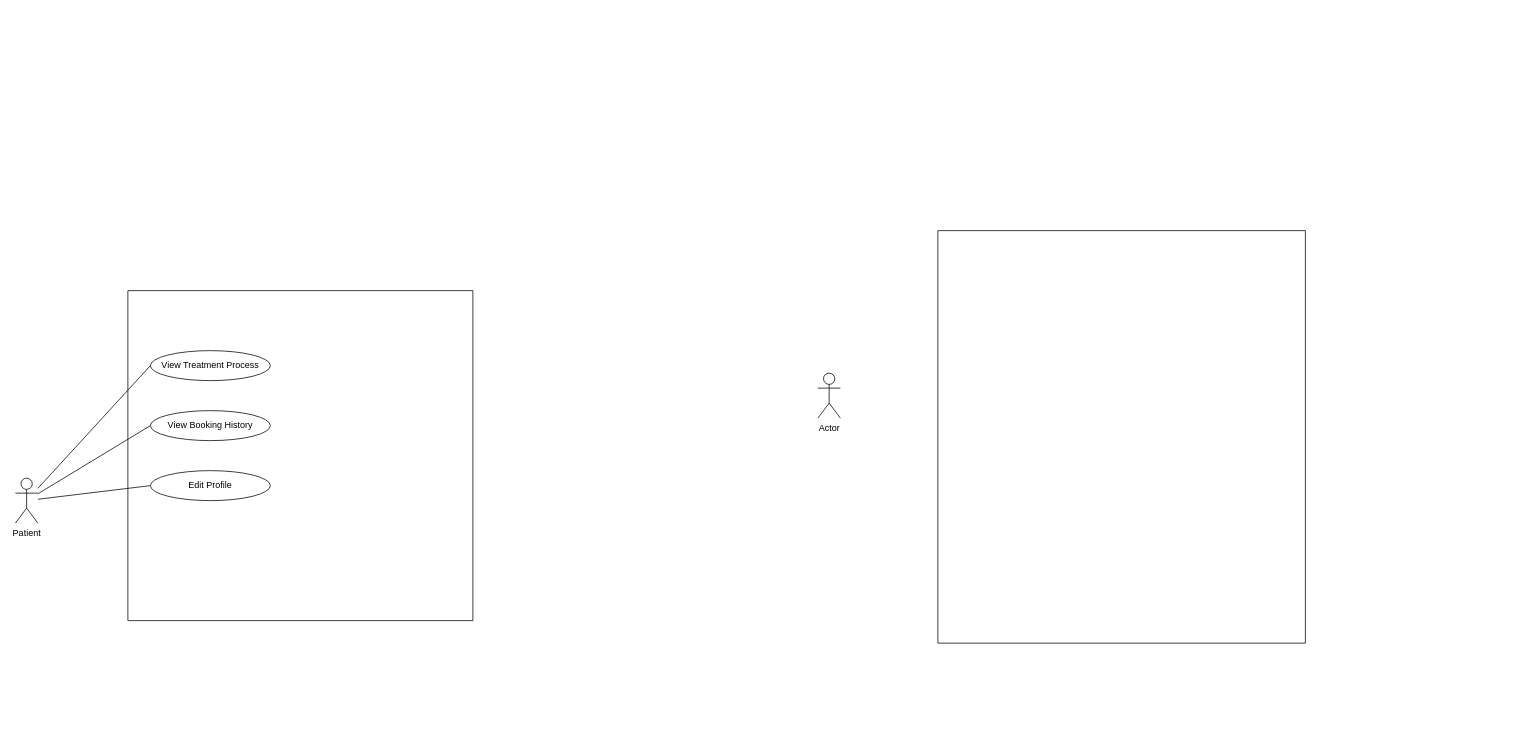
Earlier version of the draw.io diagram patient.drawio (oggyne259/hehe). Source tidied: cells renumbered, new cells numbered last; positions are measured from the earlier drawing's top-left corner, leaving out a move shared by most shapes. Both pictures are drawn from the tidied source at 75%, with x=0, y=0 at pixel (15, 230).
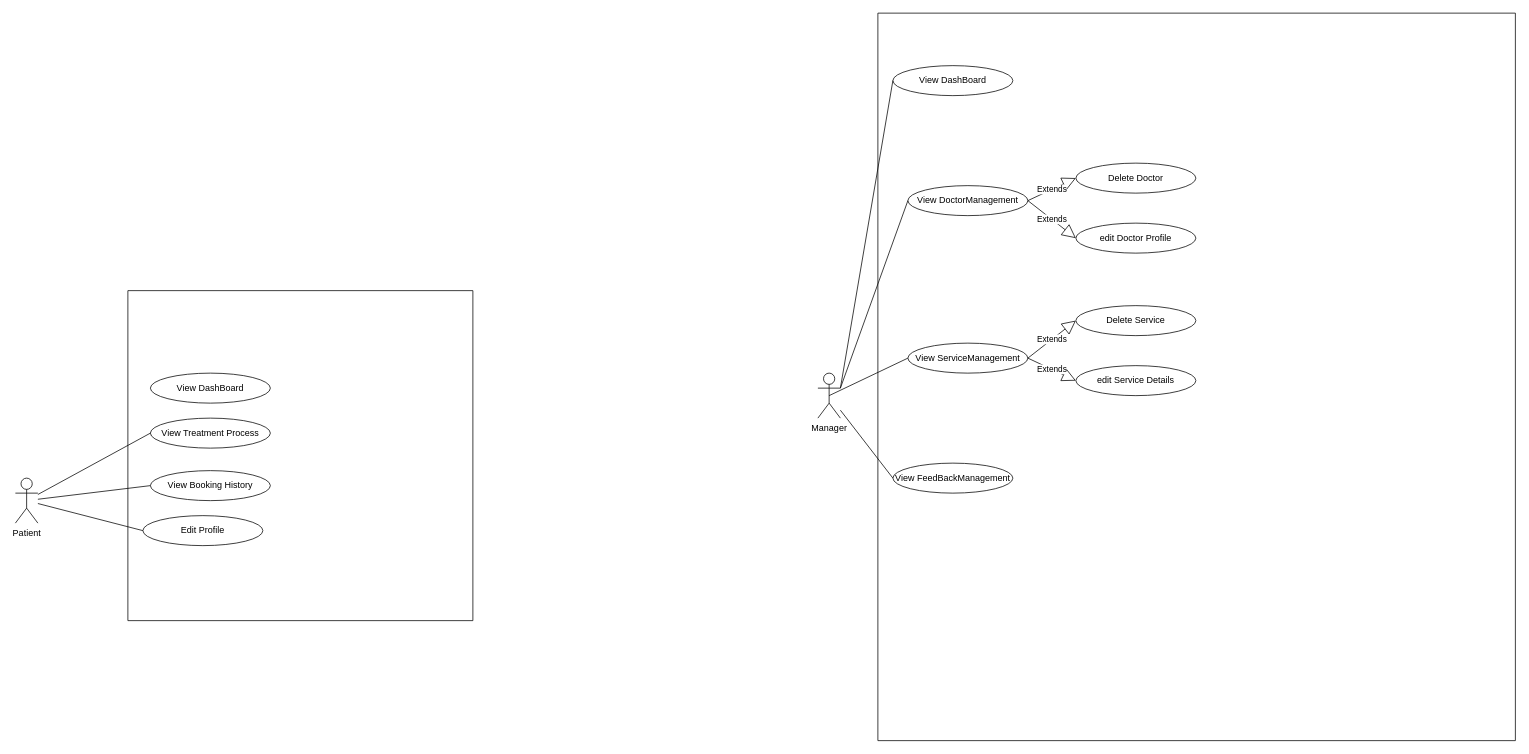
The same page after the edit.

The change refers to these unchanged cells:
```xml
<mxCell id="3" style="swimlane;startSize=0;" parent="1" vertex="1">
  <mxGeometry x="150" y="80" width="460" height="440" as="geometry" />
</mxCell>
```

What changed in the source:
```diff
@@
     <mxCell id="4" value="View Treatment Process" style="ellipse;whiteSpace=wrap;html=1;" parent="3" vertex="1">
-      <mxGeometry x="30" y="80" width="160" height="40" as="geometry" />
+      <mxGeometry x="30" y="170" width="160" height="40" as="geometry" />
     </mxCell>
     <mxCell id="5" value="View Booking History" style="ellipse;whiteSpace=wrap;html=1;" parent="3" vertex="1">
-      <mxGeometry x="30" y="160" width="160" height="40" as="geometry" />
+      <mxGeometry x="30" y="240" width="160" height="40" as="geometry" />
     </mxCell>
     <mxCell id="6" value="Edit Profile" style="ellipse;whiteSpace=wrap;html=1;" parent="3" vertex="1">
-      <mxGeometry x="30" y="240" width="160" height="40" as="geometry" />
+      <mxGeometry x="20" y="300" width="160" height="40" as="geometry" />
     </mxCell>
+    <mxCell id="12" value="View DashBoard" style="ellipse;whiteSpace=wrap;html=1;" parent="3" vertex="1">
+      <mxGeometry x="30" y="110" width="160" height="40" as="geometry" />
+    </mxCell>
@@
     <mxCell id="10" style="swimlane;startSize=0;" parent="1" vertex="1">
-      <mxGeometry x="1230" width="490" height="550" as="geometry" />
+      <mxGeometry x="1150" y="-290" width="850" height="970" as="geometry" />
     </mxCell>
+    <mxCell id="13" value="View DoctorManagement" style="ellipse;whiteSpace=wrap;html=1;" parent="10" vertex="1">
+      <mxGeometry x="40" y="230" width="160" height="40" as="geometry" />
+    </mxCell>
+    <mxCell id="14" value="View ServiceManagement" style="ellipse;whiteSpace=wrap;html=1;" parent="10" vertex="1">
+      <mxGeometry x="40" y="440" width="160" height="40" as="geometry" />
+    </mxCell>
+    <mxCell id="15" value="View FeedBackManagement" style="ellipse;whiteSpace=wrap;html=1;" parent="10" vertex="1">
+      <mxGeometry x="20" y="600" width="160" height="40" as="geometry" />
+    </mxCell>
+    <mxCell id="16" value="Delete Doctor" style="ellipse;whiteSpace=wrap;html=1;" parent="10" vertex="1">
+      <mxGeometry x="264" y="200" width="160" height="40" as="geometry" />
+    </mxCell>
+    <mxCell id="17" value="Extends" style="endArrow=block;endSize=16;endFill=0;html=1;rounded=0;entryX=0;entryY=0.5;entryDx=0;entryDy=0;exitX=1;exitY=0.5;exitDx=0;exitDy=0;" parent="10" edge="1" source="13" target="16">
+      <mxGeometry relative="1" as="geometry" />
+    </mxCell>
+    <mxCell id="18" value="edit Doctor Profile" style="ellipse;whiteSpace=wrap;html=1;" parent="10" vertex="1">
+      <mxGeometry x="264" y="280" width="160" height="40" as="geometry" />
+    </mxCell>
+    <mxCell id="19" value="Extends" style="endArrow=block;endSize=16;endFill=0;html=1;rounded=0;exitX=1;exitY=0.5;exitDx=0;exitDy=0;entryX=0;entryY=0.5;entryDx=0;entryDy=0;" parent="10" edge="1" source="13" target="18">
+      <mxGeometry relative="1" as="geometry" />
+    </mxCell>
+    <mxCell id="20" value="View DashBoard" style="ellipse;whiteSpace=wrap;html=1;" parent="10" vertex="1">
+      <mxGeometry x="20" y="70" width="160" height="40" as="geometry" />
+    </mxCell>
+    <mxCell id="21" value="Delete Service" style="ellipse;whiteSpace=wrap;html=1;" parent="10" vertex="1">
+      <mxGeometry x="264" y="390" width="160" height="40" as="geometry" />
+    </mxCell>
+    <mxCell id="22" value="Extends" style="endArrow=block;endSize=16;endFill=0;html=1;rounded=0;entryX=0;entryY=0.5;entryDx=0;entryDy=0;exitX=1;exitY=0.5;exitDx=0;exitDy=0;" parent="10" edge="1" source="14" target="21">
+      <mxGeometry relative="1" as="geometry" />
+    </mxCell>
+    <mxCell id="23" value="edit Service Details" style="ellipse;whiteSpace=wrap;html=1;" parent="10" vertex="1">
+      <mxGeometry x="264" y="470" width="160" height="40" as="geometry" />
+    </mxCell>
+    <mxCell id="24" value="Extends" style="endArrow=block;endSize=16;endFill=0;html=1;rounded=0;exitX=1;exitY=0.5;exitDx=0;exitDy=0;entryX=0;entryY=0.5;entryDx=0;entryDy=0;" parent="10" edge="1" source="14" target="23">
+      <mxGeometry relative="1" as="geometry" />
+    </mxCell>
-    <mxCell id="11" value="Actor" style="shape=umlActor;verticalLabelPosition=bottom;verticalAlign=top;html=1;outlineConnect=0;" parent="1" vertex="1">
+    <mxCell id="11" value="Manager" style="shape=umlActor;verticalLabelPosition=bottom;verticalAlign=top;html=1;outlineConnect=0;" parent="1" vertex="1">
       <mxGeometry x="1070" y="190" width="30" height="60" as="geometry" />
     </mxCell>
+    <mxCell id="25" style="endArrow=none;html=1;rounded=0;entryX=0;entryY=0.5;entryDx=0;entryDy=0;exitX=1;exitY=0.3333333333333333;exitDx=0;exitDy=0;exitPerimeter=0;" parent="1" edge="1" source="11" target="20">
+      <mxGeometry relative="1" as="geometry" />
+    </mxCell>
+    <mxCell id="26" style="endArrow=none;html=1;rounded=0;entryX=0;entryY=0.5;entryDx=0;entryDy=0;exitX=1;exitY=0.3333333333333333;exitDx=0;exitDy=0;exitPerimeter=0;" parent="1" edge="1" source="11" target="13">
+      <mxGeometry relative="1" as="geometry" />
+    </mxCell>
+    <mxCell id="27" style="endArrow=none;html=1;rounded=0;entryX=0;entryY=0.5;entryDx=0;entryDy=0;exitX=0.5;exitY=0.5;exitDx=0;exitDy=0;exitPerimeter=0;" parent="1" edge="1" source="11" target="14">
+      <mxGeometry relative="1" as="geometry" />
+    </mxCell>
+    <mxCell id="28" style="endArrow=none;html=1;rounded=0;entryX=0;entryY=0.5;entryDx=0;entryDy=0;" parent="1" edge="1" source="11" target="15">
+      <mxGeometry relative="1" as="geometry" />
+    </mxCell>
```
